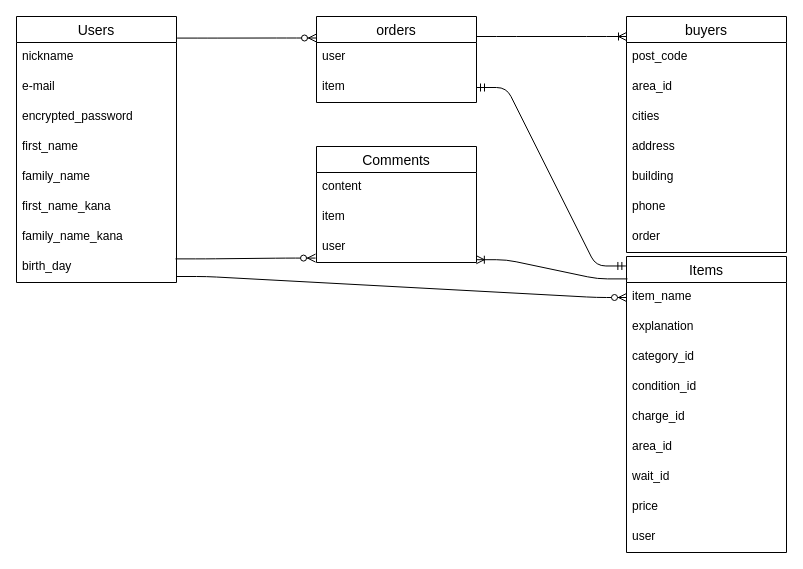
Earlier version of the draw.io diagram ER.dio (TercoTuckerd/furima-39761). Source tidied: cells renumbered, new cells numbered last; positions are measured from the earlier drawing's top-left corner, leaving out a move shared by most shapes. Both pictures are drawn from the tidied source at 100%, with x=0, y=0 at pixel (16, 16).
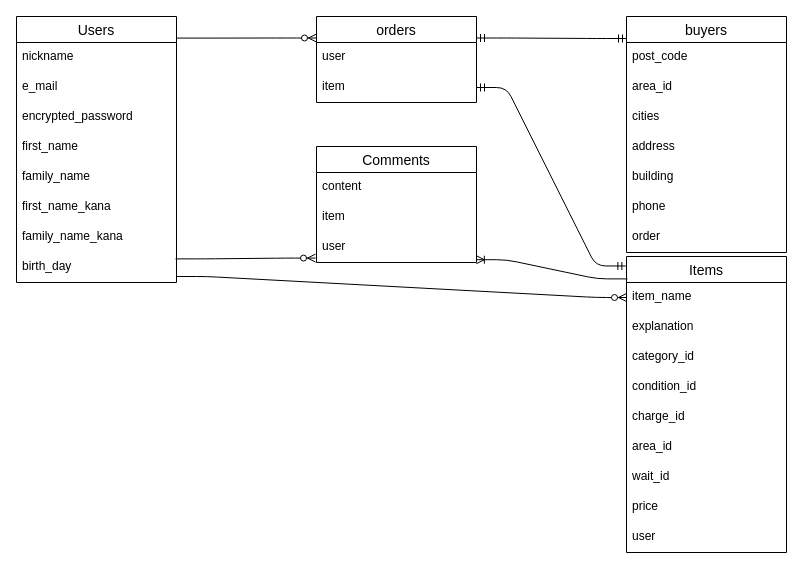
Above is the later version.

The change refers to these unchanged cells:
```xml
<mxCell id="2" value="Users" style="swimlane;fontStyle=0;horizontal=1;startSize=26;align=center;fontSize=14;" parent="1" vertex="1">
  <mxGeometry width="160" height="266" as="geometry" />
</mxCell>
<mxCell id="36" value="orders" style="swimlane;fontStyle=0;horizontal=1;startSize=26;align=center;fontSize=14;" parent="1" vertex="1">
  <mxGeometry x="300" width="160" height="86" as="geometry" />
</mxCell>
```

Change to the diagram source:
```diff
@@
-    <mxCell id="4" value="e-mail" style="text;strokeColor=none;fillColor=none;spacingLeft=4;spacingRight=4;overflow=hidden;fontSize=12;" parent="2" vertex="1">
+    <mxCell id="4" value="e_mail" style="text;strokeColor=none;fillColor=none;spacingLeft=4;spacingRight=4;overflow=hidden;fontSize=12;" parent="2" vertex="1">
       <mxGeometry y="56" width="160" height="30" as="geometry" />
     </mxCell>
@@
-    <mxCell id="41" style="edgeStyle=entityRelationEdgeStyle;fontSize=12;html=1;endArrow=ERoneToMany;" parent="1" edge="1">
-      <mxGeometry relative="1" as="geometry">
-        <mxPoint x="460" y="20" as="sourcePoint" />
-        <mxPoint x="610" y="20" as="targetPoint" />
-      </mxGeometry>
-    </mxCell>
+    <mxCell id="42" style="edgeStyle=entityRelationEdgeStyle;fontSize=12;html=1;endArrow=ERmandOne;startArrow=ERmandOne;exitX=1;exitY=0.25;exitDx=0;exitDy=0;" parent="1" edge="1" source="36">
+      <mxGeometry relative="1" as="geometry">
+        <mxPoint x="610" y="22" as="targetPoint" />
+      </mxGeometry>
+    </mxCell>
```
